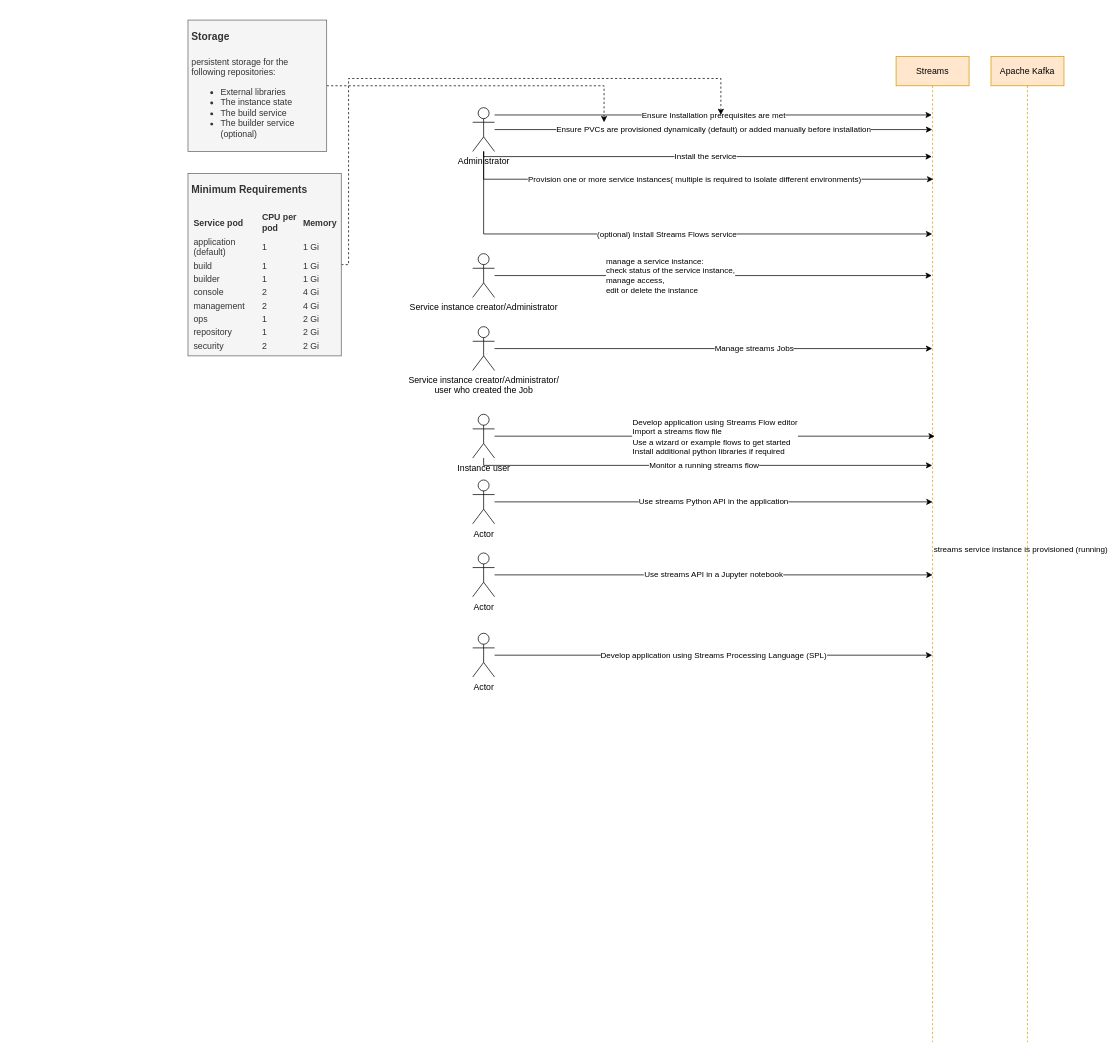
This is streams.drawio from kanchantewary/CloudPakForData, a draw.io file, before an edit. Source tidied: cells renumbered, new cells numbered last; positions are measured from the earlier drawing's top-left corner, leaving out a move shared by most shapes. Both pictures are drawn from the tidied source at 73%, with x=0, y=0 at pixel (188, 20).
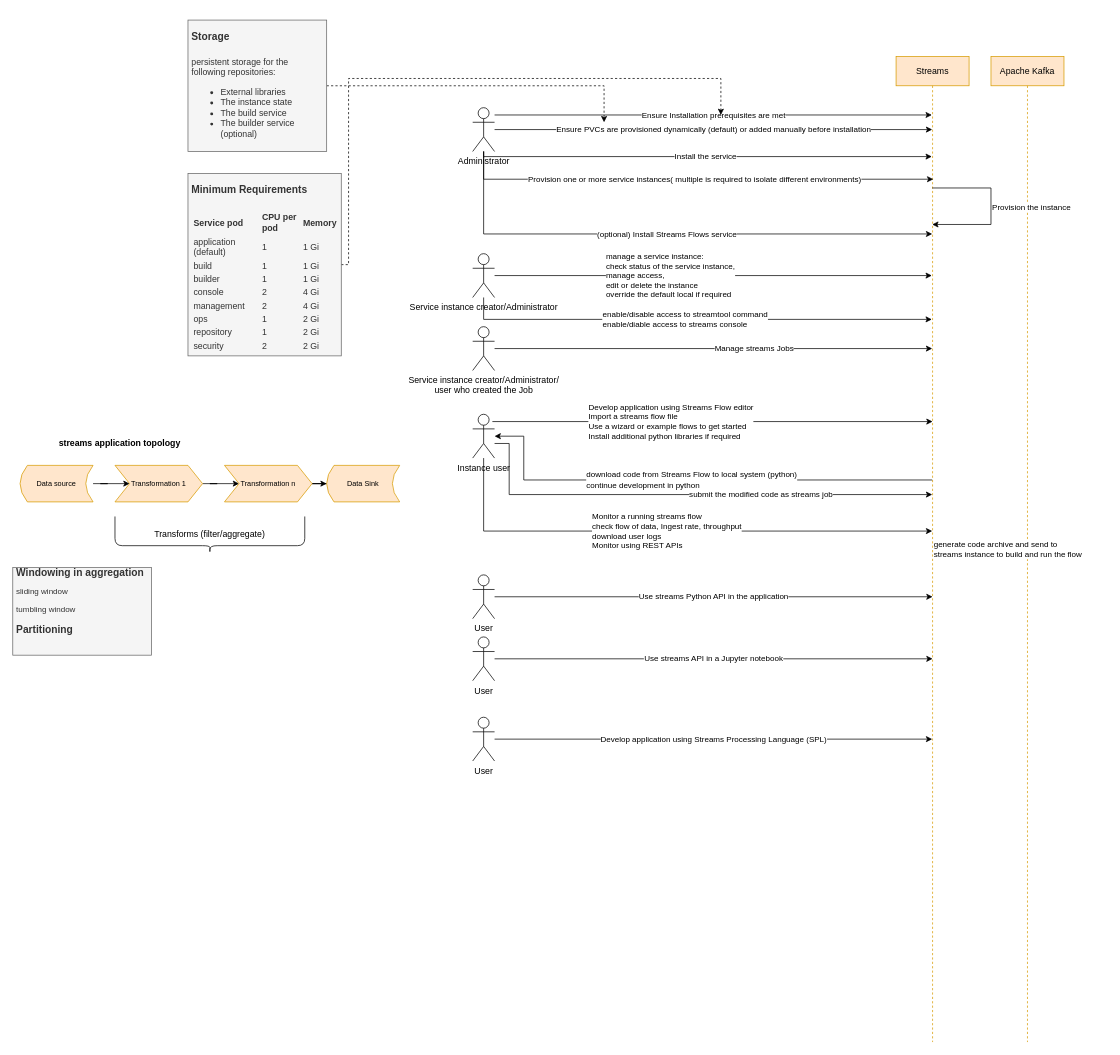
The same diagram, later.

The change refers to these unchanged cells:
```xml
<mxCell id="2" value="Streams" style="shape=umlLifeline;perimeter=lifelinePerimeter;whiteSpace=wrap;html=1;outlineConnect=0;fillColor=#ffe6cc;strokeColor=#d79b00;" parent="1" vertex="1">
  <mxGeometry x="970" y="50" width="100" height="1350" as="geometry" />
</mxCell>
<mxCell id="15" value="Service instance creator/Administrator" style="shape=umlActor;verticalLabelPosition=bottom;verticalAlign=top;html=1;outlineConnect=0;" parent="1" vertex="1">
  <mxGeometry x="390" y="320" width="30" height="60" as="geometry" />
</mxCell>
<mxCell id="20" value="Instance user" style="shape=umlActor;verticalLabelPosition=bottom;verticalAlign=top;html=1;outlineConnect=0;" parent="1" vertex="1">
  <mxGeometry x="390" y="540" width="30" height="60" as="geometry" />
</mxCell>
```

Change to the diagram source:
```diff
@@
-    <mxCell id="13" value="streams service instance is provisioned (running)" style="edgeStyle=orthogonalEdgeStyle;rounded=0;orthogonalLoop=1;jettySize=auto;html=1;align=left;" parent="1" edge="1" source="2" target="2">
-      <mxGeometry relative="1" as="geometry">
-        <Array as="points">
-          <mxPoint x="1060" y="230" />
-          <mxPoint x="1060" y="270" />
-        </Array>
-      </mxGeometry>
-    </mxCell>
-    <mxCell id="14" value="manage a service instance:&lt;br&gt;check status of the service instance, &lt;br&gt;manage access, &lt;br&gt;edit or delete the instance" style="edgeStyle=orthogonalEdgeStyle;rounded=0;jettySize=auto;html=1;align=left;" parent="1" edge="1" source="15">
+    <mxCell id="14" value="manage a service instance:&lt;br&gt;check status of the service instance, &lt;br&gt;manage access, &lt;br&gt;edit or delete the instance&lt;br&gt;override the default local if required" style="edgeStyle=orthogonalEdgeStyle;rounded=0;jettySize=auto;html=1;align=left;" parent="1" edge="1" source="15">
       <mxGeometry x="-0.13" y="110" relative="1" as="geometry">
         <mxPoint x="1019" y="350" as="targetPoint" />
         <Array as="points">
           <mxPoint x="680" y="350" />
           <mxPoint x="680" y="350" />
         </Array>
         <mxPoint x="-110" y="110" as="offset" />
       </mxGeometry>
     </mxCell>
+    <mxCell id="28" value="&lt;div style=&quot;text-align: left&quot;&gt;enable/disable access to streamtool command&lt;/div&gt;&lt;div style=&quot;text-align: left&quot;&gt;enable/diable access to streams console&lt;/div&gt;" style="edgeStyle=orthogonalEdgeStyle;rounded=0;jettySize=auto;html=1;" parent="1" edge="1" source="15">
+      <mxGeometry x="-0.05" relative="1" as="geometry">
+        <mxPoint x="1019" y="410" as="targetPoint" />
+        <Array as="points">
+          <mxPoint x="405" y="410" />
+          <mxPoint x="1018" y="410" />
+        </Array>
+      </mxGeometry>
+    </mxCell>
@@
-    <mxCell id="18" value="&lt;div style=&quot;text-align: left&quot;&gt;Develop application using Streams Flow editor&lt;/div&gt;&lt;div style=&quot;text-align: left&quot;&gt;Import a streams flow file&lt;/div&gt;&lt;div style=&quot;text-align: left&quot;&gt;Use a wizard or example flows to get started&lt;/div&gt;&lt;div style=&quot;text-align: left&quot;&gt;Install additional python libraries if required&lt;/div&gt;" style="edgeStyle=orthogonalEdgeStyle;rounded=0;jettySize=auto;html=1;" parent="1" edge="1" source="20">
-      <mxGeometry relative="1" as="geometry">
-        <mxPoint x="1023" y="570" as="targetPoint" />
+    <mxCell id="18" value="&lt;div&gt;Develop application using Streams Flow editor&lt;/div&gt;&lt;div&gt;Import a streams flow file&lt;/div&gt;&lt;div&gt;Use a wizard or example flows to get started&lt;/div&gt;&lt;div&gt;Install additional python libraries if required&lt;/div&gt;" style="edgeStyle=orthogonalEdgeStyle;rounded=0;orthogonalLoop=1;jettySize=auto;html=1;align=left;" parent="1" edge="1">
+      <mxGeometry x="-0.57" relative="1" as="geometry">
+        <mxPoint x="417" y="550" as="sourcePoint" />
+        <mxPoint x="1020" y="550" as="targetPoint" />
+        <Array as="points">
+          <mxPoint x="1020" y="550" />
+        </Array>
       </mxGeometry>
     </mxCell>
-    <mxCell id="19" value="Monitor a running streams flow" style="edgeStyle=orthogonalEdgeStyle;rounded=0;jettySize=auto;html=1;" parent="1" edge="1" source="20" target="2">
-      <mxGeometry relative="1" as="geometry">
+    <mxCell id="19" value="&lt;div&gt;Monitor a running streams flow&lt;/div&gt;&lt;div&gt;check flow of data, Ingest rate, throughput&lt;/div&gt;&lt;div&gt;download user logs&lt;/div&gt;&lt;div&gt;Monitor using REST APIs&lt;/div&gt;" style="edgeStyle=orthogonalEdgeStyle;rounded=0;jettySize=auto;html=1;align=left;" parent="1" edge="1" source="20" target="2">
+      <mxGeometry x="-0.31" relative="1" as="geometry">
         <Array as="points">
-          <mxPoint x="405" y="610" />
+          <mxPoint x="405" y="700" />
         </Array>
       </mxGeometry>
     </mxCell>
+    <mxCell id="29" value="&lt;div style=&quot;text-align: left&quot;&gt;download code from Streams Flow to local system (python)&lt;/div&gt;&lt;div style=&quot;text-align: left&quot;&gt;continue development in python&lt;/div&gt;" style="edgeStyle=orthogonalEdgeStyle;rounded=0;jettySize=auto;html=1;startArrow=classic;startFill=1;endArrow=none;endFill=0;" parent="1" edge="1" source="20" target="2">
+      <mxGeometry relative="1" as="geometry">
+        <Array as="points">
+          <mxPoint x="460" y="570" />
+          <mxPoint x="460" y="630" />
+        </Array>
+      </mxGeometry>
+    </mxCell>
+    <mxCell id="30" value="submit the modified code as streams job" style="edgeStyle=orthogonalEdgeStyle;rounded=0;jettySize=auto;html=1;startArrow=none;startFill=0;endArrow=classic;endFill=1;align=left;" parent="1" edge="1" source="20" target="2">
+      <mxGeometry relative="1" as="geometry">
+        <Array as="points">
+          <mxPoint x="440" y="580" />
+          <mxPoint x="440" y="650" />
+        </Array>
+      </mxGeometry>
+    </mxCell>
@@
     <mxCell id="21" value="Use streams Python API in the application" style="edgeStyle=orthogonalEdgeStyle;rounded=0;jettySize=auto;html=1;" parent="1" edge="1" source="22">
       <mxGeometry relative="1" as="geometry">
-        <mxPoint x="1020" y="660" as="targetPoint" />
+        <mxPoint x="1020" y="790" as="targetPoint" />
+        <Array as="points">
+          <mxPoint x="1020" y="790" />
+        </Array>
       </mxGeometry>
     </mxCell>
-    <mxCell id="22" value="Actor" style="shape=umlActor;verticalLabelPosition=bottom;verticalAlign=top;html=1;outlineConnect=0;" parent="1" vertex="1">
-      <mxGeometry x="390" y="630" width="30" height="60" as="geometry" />
+    <mxCell id="22" value="User" style="shape=umlActor;verticalLabelPosition=bottom;verticalAlign=top;html=1;outlineConnect=0;" parent="1" vertex="1">
+      <mxGeometry x="390" y="760" width="30" height="60" as="geometry" />
     </mxCell>
     <mxCell id="23" value="Use streams API in a Jupyter notebook" style="edgeStyle=orthogonalEdgeStyle;rounded=0;jettySize=auto;html=1;" parent="1" edge="1" source="24">
       <mxGeometry relative="1" as="geometry">
-        <mxPoint x="1020" y="760" as="targetPoint" />
+        <mxPoint x="1020" y="875" as="targetPoint" />
       </mxGeometry>
     </mxCell>
-    <mxCell id="24" value="Actor" style="shape=umlActor;verticalLabelPosition=bottom;verticalAlign=top;html=1;outlineConnect=0;" parent="1" vertex="1">
-      <mxGeometry x="390" y="730" width="30" height="60" as="geometry" />
+    <mxCell id="24" value="User" style="shape=umlActor;verticalLabelPosition=bottom;verticalAlign=top;html=1;outlineConnect=0;" parent="1" vertex="1">
+      <mxGeometry x="390" y="845" width="30" height="60" as="geometry" />
     </mxCell>
-    <mxCell id="25" value="Develop application using Streams Processing Language (SPL)" style="edgeStyle=orthogonalEdgeStyle;rounded=0;jettySize=auto;html=1;" parent="1" edge="1" source="26" target="2">
+    <mxCell id="25" value="Develop application using Streams Processing Language (SPL)" style="edgeStyle=orthogonalEdgeStyle;rounded=0;jettySize=auto;html=1;" parent="1" edge="1" source="26">
       <mxGeometry relative="1" as="geometry">
+        <mxPoint x="1019.5" y="985" as="targetPoint" />
         <Array as="points">
-          <mxPoint x="790" y="870" />
-          <mxPoint x="790" y="870" />
+          <mxPoint x="790" y="985" />
+          <mxPoint x="790" y="985" />
         </Array>
       </mxGeometry>
     </mxCell>
-    <mxCell id="26" value="Actor" style="shape=umlActor;verticalLabelPosition=bottom;verticalAlign=top;html=1;outlineConnect=0;" parent="1" vertex="1">
-      <mxGeometry x="390" y="840" width="30" height="60" as="geometry" />
+    <mxCell id="26" value="User" style="shape=umlActor;verticalLabelPosition=bottom;verticalAlign=top;html=1;outlineConnect=0;" parent="1" vertex="1">
+      <mxGeometry x="390" y="955" width="30" height="60" as="geometry" />
     </mxCell>
@@
+    <mxCell id="31" style="edgeStyle=orthogonalEdgeStyle;rounded=0;jettySize=auto;html=1;startArrow=none;startFill=0;endArrow=classic;endFill=1;" parent="1" edge="1" source="32" target="34">
+      <mxGeometry relative="1" as="geometry" />
+    </mxCell>
+    <mxCell id="32" value="&lt;font style=&quot;font-size: 10px&quot;&gt;Data source&lt;/font&gt;" style="shape=dataStorage;whiteSpace=wrap;html=1;fillColor=#ffe6cc;strokeColor=#d79b00;" parent="1" vertex="1">
+      <mxGeometry x="-230" y="610" width="100" height="50" as="geometry" />
+    </mxCell>
+    <mxCell id="33" style="edgeStyle=orthogonalEdgeStyle;rounded=0;jettySize=auto;html=1;startArrow=none;startFill=0;endArrow=classic;endFill=1;" parent="1" edge="1" source="34" target="36">
+      <mxGeometry relative="1" as="geometry" />
+    </mxCell>
+    <mxCell id="34" value="&lt;font style=&quot;font-size: 10px&quot;&gt;Transformation 1&lt;/font&gt;" style="shape=step;perimeter=stepPerimeter;whiteSpace=wrap;html=1;fixedSize=1;fillColor=#ffe6cc;strokeColor=#d79b00;" parent="1" vertex="1">
+      <mxGeometry x="-100" y="610" width="120" height="50" as="geometry" />
+    </mxCell>
+    <mxCell id="35" style="edgeStyle=orthogonalEdgeStyle;rounded=0;jettySize=auto;html=1;entryX=0;entryY=0.5;entryDx=0;entryDy=0;startArrow=none;startFill=0;endArrow=classic;endFill=1;" parent="1" edge="1" source="36" target="37">
+      <mxGeometry relative="1" as="geometry" />
+    </mxCell>
+    <mxCell id="36" value="&lt;font style=&quot;font-size: 10px&quot;&gt;Transformation n&lt;/font&gt;" style="shape=step;perimeter=stepPerimeter;whiteSpace=wrap;html=1;fixedSize=1;fillColor=#ffe6cc;strokeColor=#d79b00;" parent="1" vertex="1">
+      <mxGeometry x="50" y="610" width="120" height="50" as="geometry" />
+    </mxCell>
+    <mxCell id="37" value="&lt;font style=&quot;font-size: 10px&quot;&gt;Data Sink&lt;/font&gt;" style="shape=dataStorage;whiteSpace=wrap;html=1;fillColor=#ffe6cc;strokeColor=#d79b00;" parent="1" vertex="1">
+      <mxGeometry x="190" y="610" width="100" height="50" as="geometry" />
+    </mxCell>
+    <mxCell id="38" value="Transforms (filter/aggregate)" style="shape=curlyBracket;whiteSpace=wrap;html=1;rounded=1;flipH=1;direction=north;size=0.2;" parent="1" vertex="1">
+      <mxGeometry x="-100" y="680" width="260" height="50" as="geometry" />
+    </mxCell>
+    <mxCell id="39" value="&lt;b&gt;&amp;nbsp;streams application topology&lt;/b&gt;" style="text;html=1;strokeColor=none;fillColor=none;align=center;verticalAlign=middle;whiteSpace=wrap;rounded=0;" parent="1" vertex="1">
+      <mxGeometry x="-200" y="570" width="210" height="20" as="geometry" />
+    </mxCell>
+    <mxCell id="40" value="Provision the instance" style="edgeStyle=orthogonalEdgeStyle;rounded=0;orthogonalLoop=1;jettySize=auto;html=1;align=left;" parent="1" edge="1" source="2" target="2">
+      <mxGeometry relative="1" as="geometry">
+        <Array as="points">
+          <mxPoint x="1100" y="230" />
+          <mxPoint x="1080" y="280" />
+        </Array>
+      </mxGeometry>
+    </mxCell>
+    <mxCell id="41" value="generate code archive and send to &lt;br&gt;streams instance to build and run the flow" style="edgeStyle=orthogonalEdgeStyle;rounded=0;orthogonalLoop=1;jettySize=auto;html=1;align=left;" parent="1" edge="1" source="2" target="2">
+      <mxGeometry relative="1" as="geometry">
+        <Array as="points">
+          <mxPoint x="1070" y="560" />
+          <mxPoint x="1070" y="610" />
+        </Array>
+      </mxGeometry>
+    </mxCell>
+    <mxCell id="42" value="&lt;h1 style=&quot;font-size: 14px&quot;&gt;&lt;font style=&quot;font-size: 14px&quot;&gt;Windowing in aggregation&lt;/font&gt;&lt;/h1&gt;&lt;p style=&quot;font-size: 11px&quot;&gt;&lt;font style=&quot;font-size: 11px&quot;&gt;sliding window&lt;/font&gt;&lt;/p&gt;&lt;p style=&quot;font-size: 11px&quot;&gt;&lt;font style=&quot;font-size: 11px&quot;&gt;tumbling window&lt;/font&gt;&lt;/p&gt;&lt;p&gt;&lt;font style=&quot;font-size: 14px&quot;&gt;&lt;b&gt;Partitioning&lt;/b&gt;&lt;/font&gt;&lt;/p&gt;&lt;p&gt;&lt;br&gt;&lt;/p&gt;" style="text;html=1;strokeColor=#666666;fillColor=#f5f5f5;spacing=5;spacingTop=-20;whiteSpace=wrap;overflow=hidden;rounded=0;fontColor=#333333;" parent="1" vertex="1">
+      <mxGeometry x="-240" y="750" width="190" height="120" as="geometry" />
+    </mxCell>
```
